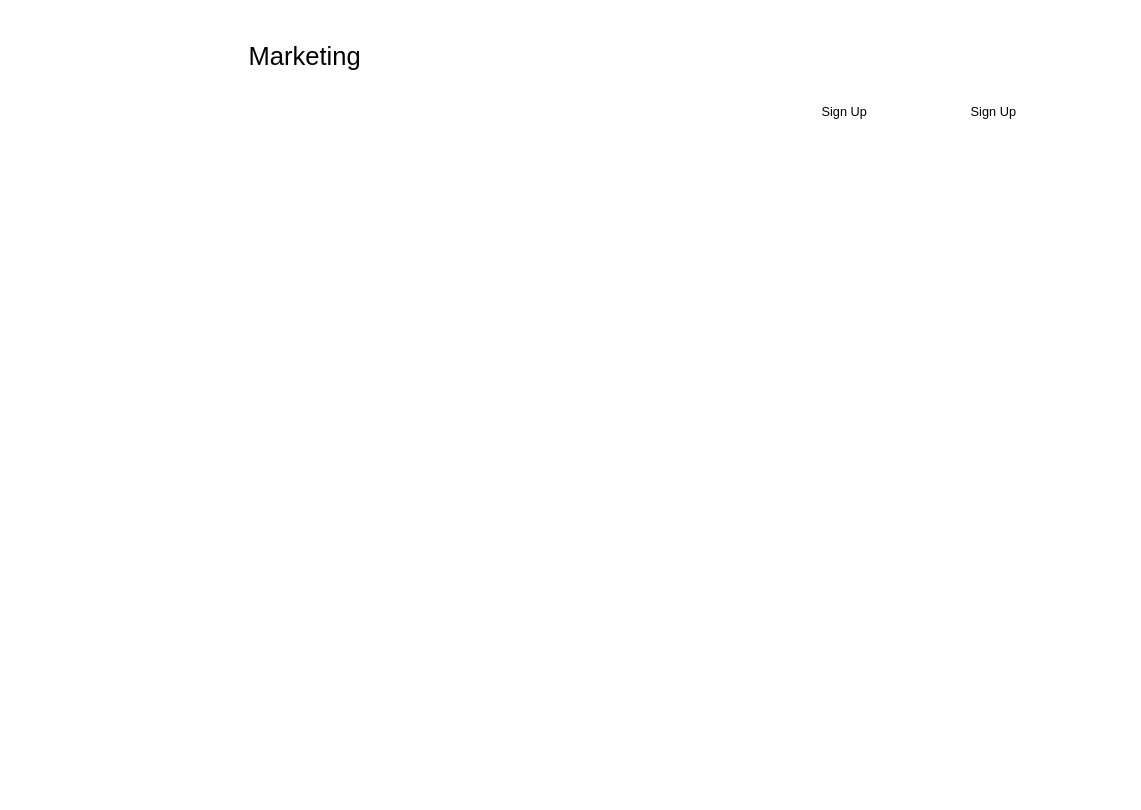
Above: UserJourneyScoop.drawio in YahavBenShoan/booking_database (draw.io), before the change. Source tidied: cells renumbered, new cells numbered last; positions are measured from the earlier drawing's top-left corner, leaving out a move shared by most shapes. Both pictures are drawn from the tidied source at 71%, with x=0, y=0 at pixel (283, 45).
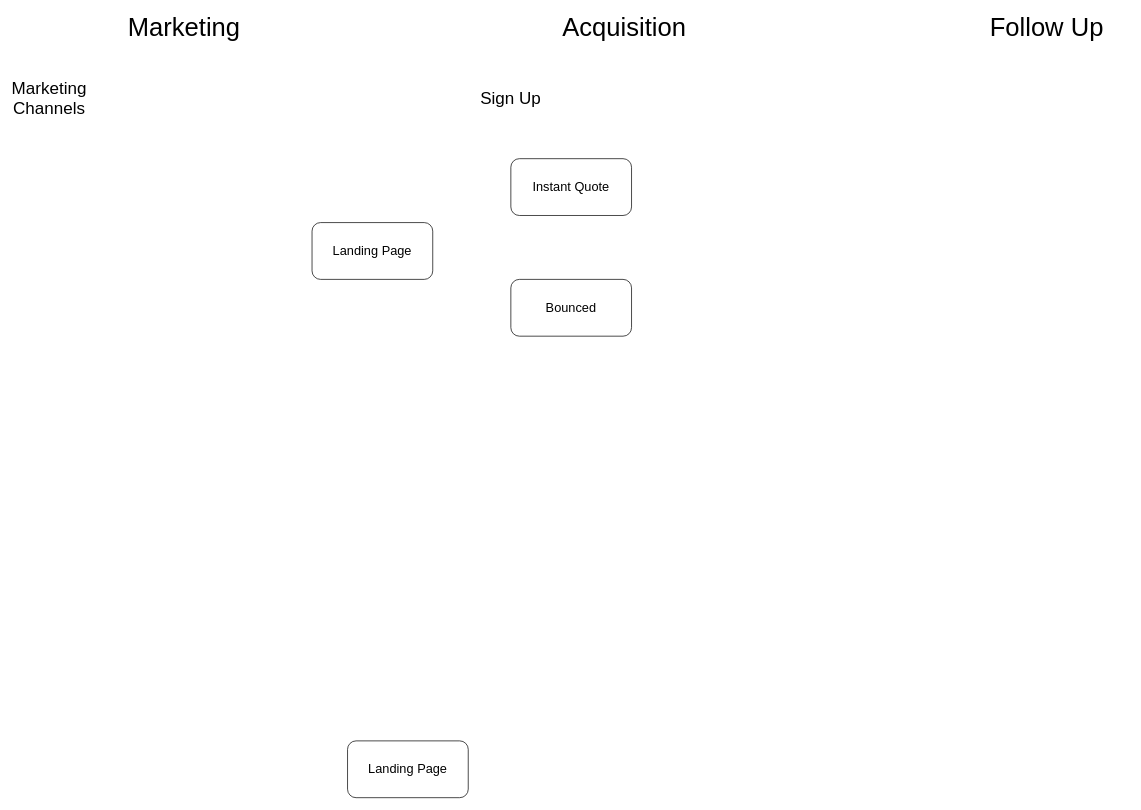
The same page after the edit.

Change to the diagram source:
```diff
@@
 <mxGraphModel>
   <root>
     <mxCell id="0" />
     <mxCell id="1" parent="0" />
     <mxCell id="2" value="&lt;font style=&quot;font-size: 36px;&quot;&gt;Marketing&lt;/font&gt;" style="text;strokeColor=none;align=center;fillColor=none;html=1;verticalAlign=middle;whiteSpace=wrap;rounded=0;" parent="1" vertex="1">
-      <mxGeometry width="60" height="30" as="geometry" />
+      <mxGeometry x="-170" y="-40" width="60" height="30" as="geometry" />
     </mxCell>
-    <mxCell id="3" value="&lt;font style=&quot;font-size: 18px;&quot;&gt;Sign Up&lt;/font&gt;" style="text;strokeColor=none;align=center;fillColor=none;html=1;verticalAlign=middle;whiteSpace=wrap;rounded=0;" parent="1" vertex="1">
-      <mxGeometry x="740" y="80" width="100" height="30" as="geometry" />
+    <mxCell id="3" value="&lt;font style=&quot;font-size: 24px;&quot;&gt;Sign Up&lt;/font&gt;" style="text;strokeColor=none;align=center;fillColor=none;html=1;verticalAlign=middle;whiteSpace=wrap;rounded=0;" parent="1" vertex="1">
+      <mxGeometry x="270" y="60" width="100" height="30" as="geometry" />
     </mxCell>
-    <mxCell id="4" value="&lt;font style=&quot;font-size: 18px;&quot;&gt;Sign Up&lt;/font&gt;" style="text;strokeColor=none;align=center;fillColor=none;html=1;verticalAlign=middle;whiteSpace=wrap;rounded=0;" parent="1" vertex="1">
-      <mxGeometry x="950" y="80" width="100" height="30" as="geometry" />
-    </mxCell>
+    <mxCell id="5" value="&lt;font style=&quot;font-size: 36px;&quot;&gt;Acquisition&lt;/font&gt;" style="text;strokeColor=none;align=center;fillColor=none;html=1;verticalAlign=middle;whiteSpace=wrap;rounded=0;" parent="1" vertex="1">
+      <mxGeometry x="450" y="-40" width="60" height="30" as="geometry" />
+    </mxCell>
+    <mxCell id="6" value="&lt;font style=&quot;font-size: 36px;&quot;&gt;Follow Up&lt;/font&gt;" style="text;strokeColor=none;align=center;fillColor=none;html=1;verticalAlign=middle;whiteSpace=wrap;rounded=0;" parent="1" vertex="1">
+      <mxGeometry x="960" y="-40" width="230" height="30" as="geometry" />
+    </mxCell>
+    <mxCell id="7" value="&lt;font style=&quot;font-size: 24px;&quot;&gt;Marketing Channels&lt;/font&gt;" style="text;strokeColor=none;align=center;fillColor=none;html=1;verticalAlign=middle;whiteSpace=wrap;rounded=0;" parent="1" vertex="1">
+      <mxGeometry x="-380" y="60" width="100" height="30" as="geometry" />
+    </mxCell>
+    <mxCell id="8" value="&lt;font style=&quot;font-size: 18px;&quot;&gt;Landing Page&lt;/font&gt;" style="rounded=1;whiteSpace=wrap;html=1;" parent="1" vertex="1">
+      <mxGeometry x="40" y="250" width="170" height="80" as="geometry" />
+    </mxCell>
+    <mxCell id="9" value="&lt;font style=&quot;font-size: 18px;&quot;&gt;Landing Page&lt;/font&gt;" style="rounded=1;whiteSpace=wrap;html=1;" parent="1" vertex="1">
+      <mxGeometry x="90" y="980" width="170" height="80" as="geometry" />
+    </mxCell>
+    <mxCell id="10" value="&lt;font style=&quot;font-size: 18px;&quot;&gt;Instant Quote&lt;/font&gt;" style="rounded=1;whiteSpace=wrap;html=1;" parent="1" vertex="1">
+      <mxGeometry x="320" y="160" width="170" height="80" as="geometry" />
+    </mxCell>
+    <mxCell id="11" value="&lt;font style=&quot;font-size: 18px;&quot;&gt;Bounced&lt;/font&gt;" style="rounded=1;whiteSpace=wrap;html=1;" parent="1" vertex="1">
+      <mxGeometry x="320" y="330" width="170" height="80" as="geometry" />
+    </mxCell>
   </root>
 </mxGraphModel>
```
